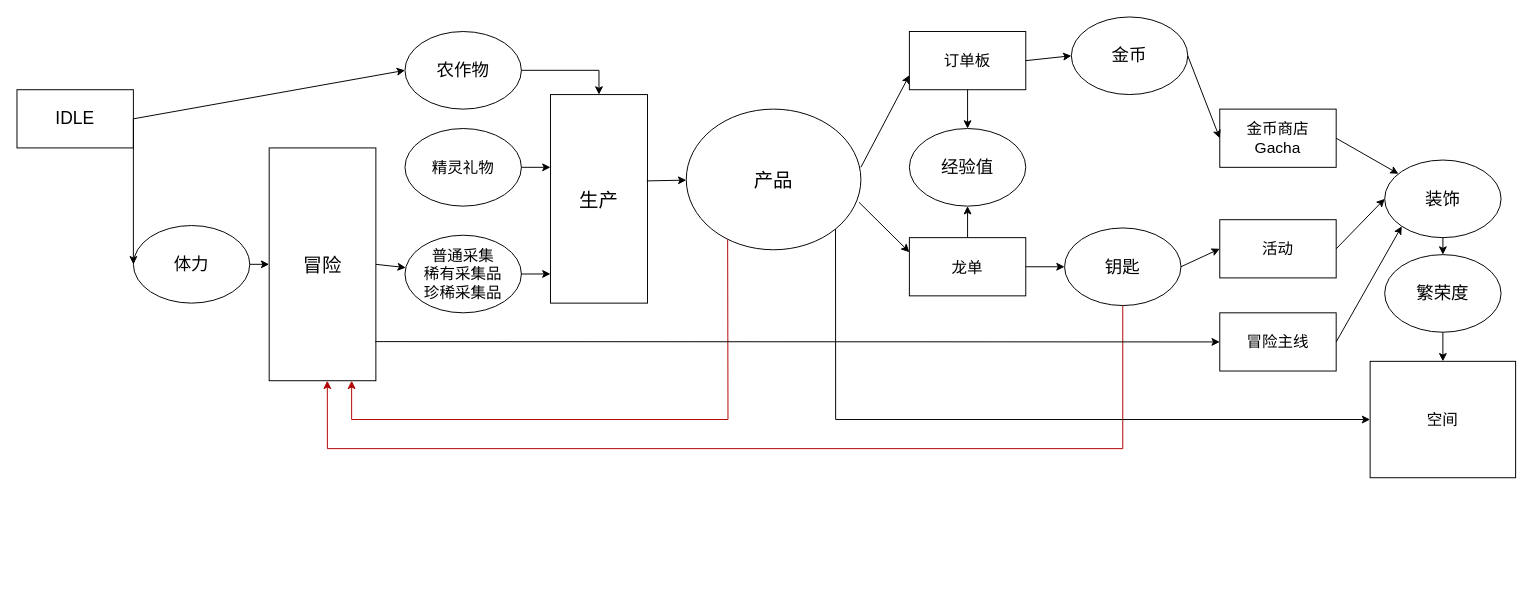
Earlier version of the draw.io diagram page "第 3 页" (2 of 3) of Untitled Diagram.drawio (fanyixin0428/towerdefencegame). Source tidied: cells renumbered, new cells numbered last; positions are measured from the earlier drawing's top-left corner, leaving out a move shared by most shapes. Both pictures are drawn from the tidied source at 97%, with x=0, y=0 at pixel (16, 16).
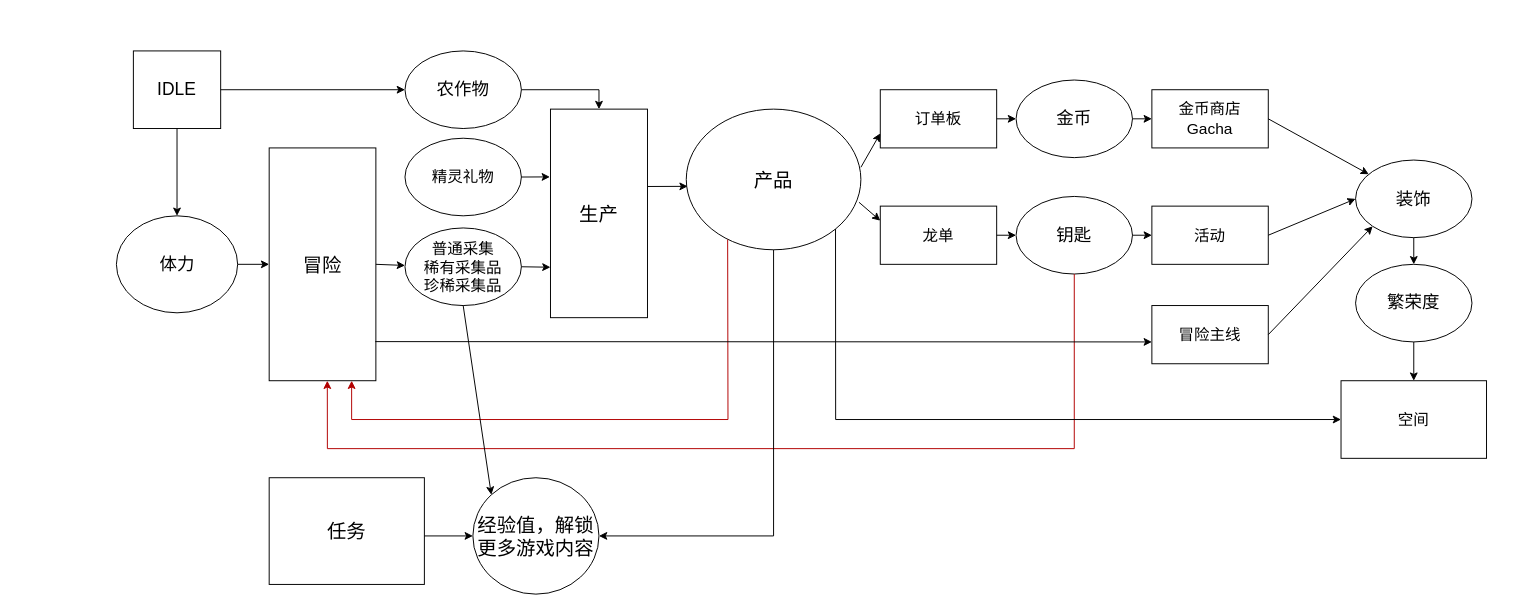
After the change.

Unchanged cells that the change refers to:
```xml
<mxCell id="2" value="&lt;font style=&quot;font-size: 20px&quot;&gt;产品&lt;/font&gt;" style="ellipse;whiteSpace=wrap;html=1;fontSize=20;" parent="1" vertex="1">
  <mxGeometry x="690" y="95" width="180" height="145" as="geometry" />
</mxCell>
<mxCell id="12" value="冒险" style="rounded=0;whiteSpace=wrap;html=1;fontSize=20;" parent="1" vertex="1">
  <mxGeometry x="260" y="135" width="110" height="240" as="geometry" />
</mxCell>
```

The edit, as a diff of the source:
```diff
@@
     <mxCell id="3" value="生产" style="rounded=0;whiteSpace=wrap;html=1;fontSize=20;" parent="1" vertex="1">
-      <mxGeometry x="550" y="80" width="100" height="215" as="geometry" />
+      <mxGeometry x="550" y="95" width="100" height="215" as="geometry" />
     </mxCell>
     <mxCell id="4" value="普通采集&lt;br style=&quot;font-size: 16px;&quot;&gt;稀有采集品&lt;br style=&quot;font-size: 16px;&quot;&gt;珍稀采集品" style="ellipse;whiteSpace=wrap;html=1;fontSize=16;" parent="1" vertex="1">
-      <mxGeometry x="400" y="225" width="120" height="80" as="geometry" />
+      <mxGeometry x="400" y="217.5" width="120" height="80" as="geometry" />
     </mxCell>
     <mxCell id="5" value="精灵礼物" style="ellipse;whiteSpace=wrap;html=1;fontSize=16;" parent="1" vertex="1">
-      <mxGeometry x="400" y="115" width="120" height="80" as="geometry" />
+      <mxGeometry x="400" y="125" width="120" height="80" as="geometry" />
     </mxCell>
     <mxCell id="6" value="农作物" style="ellipse;whiteSpace=wrap;html=1;fontSize=18;" parent="1" vertex="1">
-      <mxGeometry x="400" y="15" width="120" height="80" as="geometry" />
+      <mxGeometry x="400" y="35" width="120" height="80" as="geometry" />
     </mxCell>
     <mxCell id="7" value="IDLE" style="rounded=0;whiteSpace=wrap;html=1;fontSize=18;" parent="1" vertex="1">
-      <mxGeometry y="75" width="120" height="60" as="geometry" />
+      <mxGeometry x="120" y="35" width="90" height="80" as="geometry" />
     </mxCell>
     <mxCell id="8" value="体力" style="ellipse;whiteSpace=wrap;html=1;fontSize=18;" parent="1" vertex="1">
-      <mxGeometry x="120" y="215" width="120" height="80" as="geometry" />
+      <mxGeometry x="102.5" y="205" width="125" height="100" as="geometry" />
     </mxCell>
-    <mxCell id="9" style="endArrow=classic;html=1;rounded=0;fontSize=18;entryX=0;entryY=0.5;entryDx=0;entryDy=0;exitX=1;exitY=0.5;exitDx=0;exitDy=0;" parent="1" edge="1" source="7" target="8">
+    <mxCell id="9" style="endArrow=classic;html=1;rounded=0;fontSize=18;entryX=0.5;entryY=0;entryDx=0;entryDy=0;exitX=0.5;exitY=1;exitDx=0;exitDy=0;" parent="1" edge="1" source="7" target="8">
       <mxGeometry relative="1" as="geometry" />
     </mxCell>
-    <mxCell id="10" style="endArrow=classic;html=1;rounded=0;fontSize=18;entryX=0;entryY=0.5;entryDx=0;entryDy=0;exitX=1;exitY=0.5;exitDx=0;exitDy=0;" parent="1" edge="1" source="7" target="6">
-      <mxGeometry relative="1" as="geometry" />
+    <mxCell id="10" style="endArrow=classic;html=1;rounded=0;fontSize=18;entryX=0;entryY=0.5;entryDx=0;entryDy=0;" parent="1" edge="1" target="6">
+      <mxGeometry relative="1" as="geometry">
+        <mxPoint x="210" y="75" as="sourcePoint" />
+      </mxGeometry>
     </mxCell>
     <mxCell id="11" style="endArrow=classic;html=1;rounded=0;fontSize=18;exitX=1;exitY=0.5;exitDx=0;exitDy=0;entryX=0.5;entryY=0;entryDx=0;entryDy=0;" parent="1" edge="1" source="6" target="3">
       <mxGeometry relative="1" as="geometry">
         <Array as="points">
-          <mxPoint x="600" y="55" />
+          <mxPoint x="600" y="75" />
         </Array>
       </mxGeometry>
     </mxCell>
@@
-    <mxCell id="15" style="endArrow=classic;html=1;rounded=0;fontSize=16;exitX=1;exitY=0.5;exitDx=0;exitDy=0;" parent="1" edge="1" source="5">
-      <mxGeometry relative="1" as="geometry">
-        <mxPoint x="550" y="155" as="targetPoint" />
-      </mxGeometry>
-    </mxCell>
-    <mxCell id="16" style="endArrow=classic;html=1;rounded=0;fontSize=16;exitX=1;exitY=0.5;exitDx=0;exitDy=0;entryX=0;entryY=0.86;entryDx=0;entryDy=0;entryPerimeter=0;" parent="1" edge="1" source="4" target="3">
-      <mxGeometry relative="1" as="geometry" />
+    <mxCell id="16" style="endArrow=classic;html=1;rounded=0;fontSize=16;exitX=1;exitY=0.5;exitDx=0;exitDy=0;" parent="1" edge="1" source="4">
+      <mxGeometry relative="1" as="geometry">
+        <mxPoint x="550" y="258" as="targetPoint" />
+      </mxGeometry>
     </mxCell>
     <mxCell id="17" value="订单板" style="rounded=0;whiteSpace=wrap;html=1;fontSize=16;" parent="1" vertex="1">
-      <mxGeometry x="920" y="15" width="120" height="60" as="geometry" />
+      <mxGeometry x="890" y="75" width="120" height="60" as="geometry" />
     </mxCell>
     <mxCell id="18" value="龙单" style="rounded=0;whiteSpace=wrap;html=1;fontSize=16;" parent="1" vertex="1">
-      <mxGeometry x="920" y="227.5" width="120" height="60" as="geometry" />
+      <mxGeometry x="890" y="195" width="120" height="60" as="geometry" />
     </mxCell>
-    <mxCell id="19" style="endArrow=classic;html=1;rounded=0;fontSize=16;exitX=0.993;exitY=0.414;exitDx=0;exitDy=0;exitPerimeter=0;" parent="1" edge="1" source="3" target="2">
+    <mxCell id="19" style="endArrow=classic;html=1;rounded=0;fontSize=16;exitX=1.004;exitY=0.371;exitDx=0;exitDy=0;exitPerimeter=0;entryX=0.008;entryY=0.549;entryDx=0;entryDy=0;entryPerimeter=0;" parent="1" edge="1" source="3" target="2">
       <mxGeometry relative="1" as="geometry" />
     </mxCell>
@@
     <mxCell id="24" value="金币" style="ellipse;whiteSpace=wrap;html=1;fontSize=18;" parent="1" vertex="1">
-      <mxGeometry x="1087" width="120" height="80" as="geometry" />
+      <mxGeometry x="1030" y="65" width="120" height="80" as="geometry" />
     </mxCell>
     <mxCell id="25" value="钥匙" style="ellipse;whiteSpace=wrap;html=1;fontSize=18;" parent="1" vertex="1">
-      <mxGeometry x="1080" y="217.5" width="120" height="80" as="geometry" />
+      <mxGeometry x="1030" y="185" width="120" height="80" as="geometry" />
     </mxCell>
     <mxCell id="26" value="活动" style="rounded=0;whiteSpace=wrap;html=1;fontSize=16;" parent="1" vertex="1">
-      <mxGeometry x="1240" y="209" width="120" height="60" as="geometry" />
+      <mxGeometry x="1170" y="195" width="120" height="60" as="geometry" />
     </mxCell>
@@
     <mxCell id="28" value="金币商店&lt;br&gt;Gacha" style="rounded=0;whiteSpace=wrap;html=1;fontSize=16;" parent="1" vertex="1">
-      <mxGeometry x="1240" y="95" width="120" height="60" as="geometry" />
+      <mxGeometry x="1170" y="75" width="120" height="60" as="geometry" />
     </mxCell>
     <mxCell id="29" value="装饰" style="ellipse;whiteSpace=wrap;html=1;fontSize=18;" parent="1" vertex="1">
-      <mxGeometry x="1410" y="147.5" width="120" height="80" as="geometry" />
+      <mxGeometry x="1380" y="147.5" width="120" height="80" as="geometry" />
     </mxCell>
     <mxCell id="30" value="繁荣度" style="ellipse;whiteSpace=wrap;html=1;fontSize=18;" parent="1" vertex="1">
-      <mxGeometry x="1410" y="245" width="120" height="80" as="geometry" />
+      <mxGeometry x="1380" y="255" width="120" height="80" as="geometry" />
     </mxCell>
     <mxCell id="31" value="空间" style="rounded=0;whiteSpace=wrap;html=1;fontSize=16;" parent="1" vertex="1">
-      <mxGeometry x="1395" y="355" width="150" height="120" as="geometry" />
+      <mxGeometry x="1365" y="375" width="150" height="80" as="geometry" />
     </mxCell>
@@
     <mxCell id="34" value="冒险主线" style="rounded=0;whiteSpace=wrap;html=1;fontSize=16;" parent="1" vertex="1">
-      <mxGeometry x="1240" y="305" width="120" height="60" as="geometry" />
+      <mxGeometry x="1170" y="297.5" width="120" height="60" as="geometry" />
     </mxCell>
@@
     <mxCell id="38" style="endArrow=classic;html=1;rounded=0;fontSize=16;entryX=0.545;entryY=1;entryDx=0;entryDy=0;exitX=0.5;exitY=1;exitDx=0;exitDy=0;entryPerimeter=0;fillColor=#e51400;strokeColor=#B20000;" parent="1" edge="1" source="25" target="12">
       <mxGeometry relative="1" as="geometry">
         <Array as="points">
-          <mxPoint x="1140" y="445" />
+          <mxPoint x="1090" y="445" />
           <mxPoint x="320" y="445" />
         </Array>
       </mxGeometry>
     </mxCell>
@@
-    <mxCell id="42" value="经验值" style="ellipse;whiteSpace=wrap;html=1;fontSize=18;" parent="1" vertex="1">
-      <mxGeometry x="920" y="115" width="120" height="80" as="geometry" />
-    </mxCell>
-    <mxCell id="43" style="endArrow=classic;html=1;rounded=0;fontSize=16;exitX=0.5;exitY=1;exitDx=0;exitDy=0;entryX=0.5;entryY=0;entryDx=0;entryDy=0;" parent="1" edge="1" source="17" target="42">
-      <mxGeometry relative="1" as="geometry" />
-    </mxCell>
-    <mxCell id="44" style="endArrow=classic;html=1;rounded=0;fontSize=16;exitX=0.5;exitY=0;exitDx=0;exitDy=0;entryX=0.5;entryY=1;entryDx=0;entryDy=0;" parent="1" edge="1" source="18" target="42">
-      <mxGeometry relative="1" as="geometry" />
-    </mxCell>
     <mxCell id="45" style="endArrow=classic;html=1;rounded=0;fontSize=16;exitX=0.994;exitY=0.832;exitDx=0;exitDy=0;exitPerimeter=0;" parent="1" edge="1" source="12">
       <mxGeometry relative="1" as="geometry">
-        <mxPoint x="1240" y="335" as="targetPoint" />
+        <mxPoint x="1170" y="335" as="targetPoint" />
       </mxGeometry>
     </mxCell>
+    <mxCell id="46" value="经验值，解锁更多游戏内容" style="ellipse;whiteSpace=wrap;html=1;fontSize=20;" parent="1" vertex="1">
+      <mxGeometry x="470" y="475" width="130" height="120" as="geometry" />
+    </mxCell>
+    <mxCell id="47" style="endArrow=classic;html=1;rounded=0;exitX=0.5;exitY=1;exitDx=0;exitDy=0;entryX=0;entryY=0;entryDx=0;entryDy=0;" parent="1" edge="1" source="4" target="46">
+      <mxGeometry relative="1" as="geometry" />
+    </mxCell>
+    <mxCell id="48" style="endArrow=classic;html=1;rounded=0;exitX=0.5;exitY=1;exitDx=0;exitDy=0;entryX=1;entryY=0.5;entryDx=0;entryDy=0;" parent="1" edge="1" source="2" target="46">
+      <mxGeometry relative="1" as="geometry">
+        <Array as="points">
+          <mxPoint x="780" y="535" />
+        </Array>
+      </mxGeometry>
+    </mxCell>
+    <mxCell id="49" value="任务" style="rounded=0;whiteSpace=wrap;html=1;fontSize=20;" parent="1" vertex="1">
+      <mxGeometry x="260" y="475" width="160" height="110" as="geometry" />
+    </mxCell>
+    <mxCell id="50" style="endArrow=classic;html=1;rounded=0;entryX=0;entryY=0.5;entryDx=0;entryDy=0;" parent="1" edge="1" target="46">
+      <mxGeometry relative="1" as="geometry">
+        <mxPoint x="420" y="535" as="sourcePoint" />
+      </mxGeometry>
+    </mxCell>
+    <mxCell id="51" style="endArrow=classic;html=1;rounded=0;fontSize=16;exitX=1;exitY=0.5;exitDx=0;exitDy=0;entryX=-0.006;entryY=0.325;entryDx=0;entryDy=0;entryPerimeter=0;" parent="1" edge="1" source="5" target="3">
+      <mxGeometry relative="1" as="geometry" />
+    </mxCell>
```
